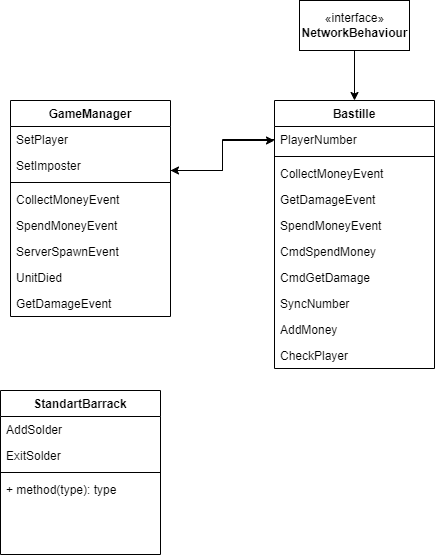
Before: Untitled Diagram.drawio.png, a diagram exported from draw.io (Middle-Shell/ARDefence). Source tidied: cells renumbered, new cells last; positions are measured from the earlier drawing's top-left corner, leaving out a move shared by most shapes.
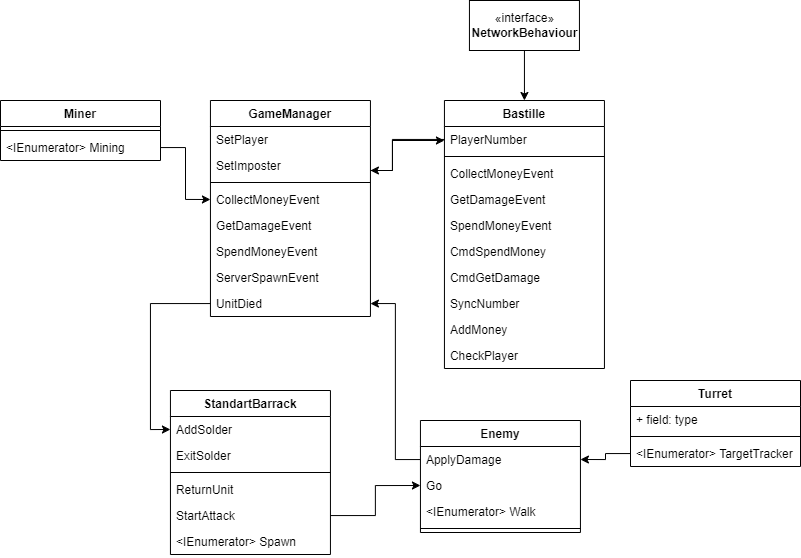
The same file after the commit.

Diff of the diagram source:
```diff
@@ -42,7 +42,7 @@
       <mxGeometry x="299" width="110" height="50" as="geometry" />
     </mxCell>
     <mxCell id="15" value="GameManager" style="swimlane;fontStyle=1;align=center;verticalAlign=top;horizontal=1;startSize=26;" parent="1" vertex="1">
-      <mxGeometry x="10" y="100" width="160" height="216" as="geometry" />
+      <mxGeometry x="40" y="100" width="160" height="216" as="geometry" />
     </mxCell>
     <mxCell id="16" value="SetPlayer" style="text;strokeColor=none;fillColor=none;align=left;verticalAlign=top;spacingLeft=4;spacingRight=4;overflow=hidden;" parent="15" vertex="1">
       <mxGeometry y="26" width="160" height="26" as="geometry" />
@@ -56,18 +56,18 @@
     <mxCell id="19" value="CollectMoneyEvent" style="text;strokeColor=none;fillColor=none;align=left;verticalAlign=top;spacingLeft=4;spacingRight=4;overflow=hidden;points=[[0,0.5],[1,0.5]];portConstraint=eastwest;" parent="15" vertex="1">
       <mxGeometry y="86" width="160" height="26" as="geometry" />
     </mxCell>
+    <mxCell id="23" value="GetDamageEvent" style="text;strokeColor=none;fillColor=none;align=left;verticalAlign=top;spacingLeft=4;spacingRight=4;overflow=hidden;" parent="15" vertex="1">
+      <mxGeometry y="112" width="160" height="26" as="geometry" />
+    </mxCell>
     <mxCell id="20" value="SpendMoneyEvent" style="text;strokeColor=none;fillColor=none;align=left;verticalAlign=top;spacingLeft=4;spacingRight=4;overflow=hidden;" parent="15" vertex="1">
-      <mxGeometry y="112" width="160" height="26" as="geometry" />
+      <mxGeometry y="138" width="160" height="26" as="geometry" />
     </mxCell>
     <mxCell id="21" value="ServerSpawnEvent" style="text;strokeColor=none;fillColor=none;align=left;verticalAlign=top;spacingLeft=4;spacingRight=4;overflow=hidden;" parent="15" vertex="1">
-      <mxGeometry y="138" width="160" height="26" as="geometry" />
+      <mxGeometry y="164" width="160" height="26" as="geometry" />
     </mxCell>
     <mxCell id="22" value="UnitDied" style="text;strokeColor=none;fillColor=none;align=left;verticalAlign=top;spacingLeft=4;spacingRight=4;overflow=hidden;points=[[0,0.5],[1,0.5]];portConstraint=eastwest;" parent="15" vertex="1">
-      <mxGeometry y="164" width="160" height="26" as="geometry" />
+      <mxGeometry y="190" width="160" height="26" as="geometry" />
     </mxCell>
-    <mxCell id="23" value="GetDamageEvent" style="text;strokeColor=none;fillColor=none;align=left;verticalAlign=top;spacingLeft=4;spacingRight=4;overflow=hidden;" parent="15" vertex="1">
-      <mxGeometry y="190" width="160" height="26" as="geometry" />
-    </mxCell>
     <mxCell id="24" style="edgeStyle=orthogonalEdgeStyle;rounded=0;jettySize=auto;html=1;" parent="1" edge="1" source="17" target="2">
       <mxGeometry relative="1" as="geometry">
         <Array as="points">
@@ -96,14 +96,65 @@
     <mxCell id="29" style="line;strokeWidth=1;fillColor=none;align=left;verticalAlign=middle;spacingTop=-1;spacingLeft=3;spacingRight=3;labelPosition=right;" parent="26" vertex="1">
       <mxGeometry y="78" width="160" height="8" as="geometry" />
     </mxCell>
-    <mxCell id="30" value="+ method(type): type" style="text;strokeColor=none;fillColor=none;align=left;verticalAlign=top;spacingLeft=4;spacingRight=4;overflow=hidden;" parent="26" vertex="1">
+    <mxCell id="30" value="ReturnUnit" style="text;strokeColor=none;fillColor=none;align=left;verticalAlign=top;spacingLeft=4;spacingRight=4;overflow=hidden;" parent="26" vertex="1">
       <mxGeometry y="86" width="160" height="26" as="geometry" />
     </mxCell>
-    <mxCell id="31" style="text;strokeColor=none;fillColor=none;align=left;verticalAlign=top;spacingLeft=4;spacingRight=4;overflow=hidden;points=[[0,0.5],[1,0.5]];portConstraint=eastwest;" parent="26" vertex="1">
+    <mxCell id="31" value="StartAttack" style="text;strokeColor=none;fillColor=none;align=left;verticalAlign=top;spacingLeft=4;spacingRight=4;overflow=hidden;points=[[0,0.5],[1,0.5]];portConstraint=eastwest;" parent="26" vertex="1">
       <mxGeometry y="112" width="160" height="26" as="geometry" />
     </mxCell>
-    <mxCell id="32" style="text;strokeColor=none;fillColor=none;align=left;verticalAlign=top;spacingLeft=4;spacingRight=4;overflow=hidden;" parent="26" vertex="1">
+    <mxCell id="32" value="&lt;IEnumerator&gt; Spawn" style="text;strokeColor=none;fillColor=none;align=left;verticalAlign=top;spacingLeft=4;spacingRight=4;overflow=hidden;" parent="26" vertex="1">
       <mxGeometry y="138" width="160" height="26" as="geometry" />
     </mxCell>
+    <mxCell id="33" value="Enemy" style="swimlane;fontStyle=1;align=center;verticalAlign=top;horizontal=1;startSize=26;" parent="1" vertex="1">
+      <mxGeometry x="250" y="420" width="160" height="112" as="geometry" />
+    </mxCell>
+    <mxCell id="34" value="ApplyDamage" style="text;strokeColor=none;fillColor=none;align=left;verticalAlign=top;spacingLeft=4;spacingRight=4;overflow=hidden;points=[[0,0.5],[1,0.5]];portConstraint=eastwest;" parent="33" vertex="1">
+      <mxGeometry y="26" width="160" height="26" as="geometry" />
+    </mxCell>
+    <mxCell id="35" value="Go" style="text;strokeColor=none;fillColor=none;align=left;verticalAlign=top;spacingLeft=4;spacingRight=4;overflow=hidden;points=[[0,0.5],[1,0.5]];portConstraint=eastwest;" parent="33" vertex="1">
+      <mxGeometry y="52" width="160" height="26" as="geometry" />
+    </mxCell>
+    <mxCell id="36" value="&lt;IEnumerator&gt; Walk" style="text;strokeColor=none;fillColor=none;align=left;verticalAlign=top;spacingLeft=4;spacingRight=4;overflow=hidden;" parent="33" vertex="1">
+      <mxGeometry y="78" width="160" height="26" as="geometry" />
+    </mxCell>
+    <mxCell id="37" style="line;strokeWidth=1;fillColor=none;align=left;verticalAlign=middle;spacingTop=-1;spacingLeft=3;spacingRight=3;labelPosition=right;" parent="33" vertex="1">
+      <mxGeometry y="104" width="160" height="8" as="geometry" />
+    </mxCell>
+    <mxCell id="38" style="edgeStyle=orthogonalEdgeStyle;rounded=0;jettySize=auto;html=1;" parent="1" edge="1" source="34" target="22">
+      <mxGeometry relative="1" as="geometry" />
+    </mxCell>
+    <mxCell id="39" style="edgeStyle=orthogonalEdgeStyle;rounded=0;jettySize=auto;html=1;entryX=0;entryY=0.5;entryDx=0;entryDy=0;" parent="1" edge="1" source="31" target="35">
+      <mxGeometry relative="1" as="geometry" />
+    </mxCell>
+    <mxCell id="40" style="edgeStyle=orthogonalEdgeStyle;rounded=0;jettySize=auto;html=1;entryX=0;entryY=0.5;entryDx=0;entryDy=0;" parent="1" edge="1" source="22" target="27">
+      <mxGeometry relative="1" as="geometry" />
+    </mxCell>
+    <mxCell id="41" value="Miner" style="swimlane;fontStyle=1;align=center;verticalAlign=top;horizontal=1;startSize=26;" parent="1" vertex="1">
+      <mxGeometry x="-169.9" y="100" width="160" height="60" as="geometry" />
+    </mxCell>
+    <mxCell id="42" style="line;strokeWidth=1;fillColor=none;align=left;verticalAlign=middle;spacingTop=-1;spacingLeft=3;spacingRight=3;labelPosition=right;" parent="41" vertex="1">
+      <mxGeometry y="26" width="160" height="8" as="geometry" />
+    </mxCell>
+    <mxCell id="43" value="&lt;IEnumerator&gt; Mining" style="text;strokeColor=none;fillColor=none;align=left;verticalAlign=top;spacingLeft=4;spacingRight=4;overflow=hidden;points=[[0,0.5],[1,0.5]];portConstraint=eastwest;" parent="41" vertex="1">
+      <mxGeometry y="34" width="160" height="26" as="geometry" />
+    </mxCell>
+    <mxCell id="44" style="edgeStyle=orthogonalEdgeStyle;rounded=0;jettySize=auto;html=1;entryX=0;entryY=0.5;entryDx=0;entryDy=0;" parent="1" edge="1" source="43" target="19">
+      <mxGeometry relative="1" as="geometry" />
+    </mxCell>
+    <mxCell id="45" value="Turret" style="swimlane;fontStyle=1;align=center;verticalAlign=top;horizontal=1;startSize=26;" parent="1" vertex="1">
+      <mxGeometry x="460.1" y="380" width="170" height="86" as="geometry" />
+    </mxCell>
+    <mxCell id="46" value="+ field: type" style="text;strokeColor=none;fillColor=none;align=left;verticalAlign=top;spacingLeft=4;spacingRight=4;overflow=hidden;" parent="45" vertex="1">
+      <mxGeometry y="26" width="170" height="26" as="geometry" />
+    </mxCell>
+    <mxCell id="47" style="line;strokeWidth=1;fillColor=none;align=left;verticalAlign=middle;spacingTop=-1;spacingLeft=3;spacingRight=3;labelPosition=right;" parent="45" vertex="1">
+      <mxGeometry y="52" width="170" height="8" as="geometry" />
+    </mxCell>
+    <mxCell id="48" value="&lt;IEnumerator&gt; TargetTracker" style="text;strokeColor=none;fillColor=none;align=left;verticalAlign=top;spacingLeft=4;spacingRight=4;overflow=hidden;points=[[0,0.5],[1,0.5]];portConstraint=eastwest;" parent="45" vertex="1">
+      <mxGeometry y="60" width="170" height="26" as="geometry" />
+    </mxCell>
+    <mxCell id="49" style="edgeStyle=orthogonalEdgeStyle;rounded=0;jettySize=auto;html=1;entryX=1;entryY=0.5;entryDx=0;entryDy=0;" parent="1" edge="1" source="48" target="34">
+      <mxGeometry relative="1" as="geometry" />
+    </mxCell>
   </root>
 </mxGraphModel>
```
